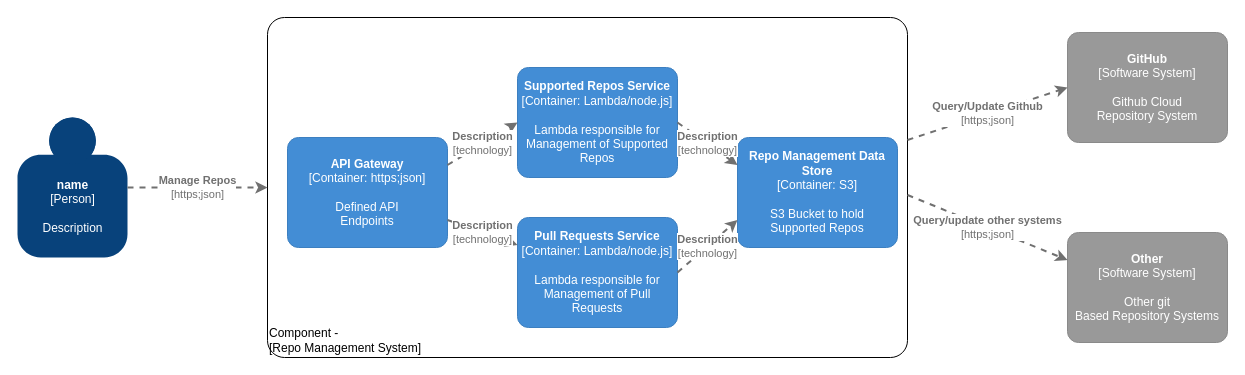
This is page "RepoMgt - Container" (2 of 3) of design/RepoMgmtDesign.drawio from patrick-chesser-dev/repositorymanagement, a draw.io file, before an edit. Source tidied: cells renumbered, new cells numbered last; positions are measured from the earlier drawing's top-left corner, leaving out a move shared by most shapes. Both pictures are drawn from the tidied source at 100%, with x=0, y=0 at pixel (17, 17).
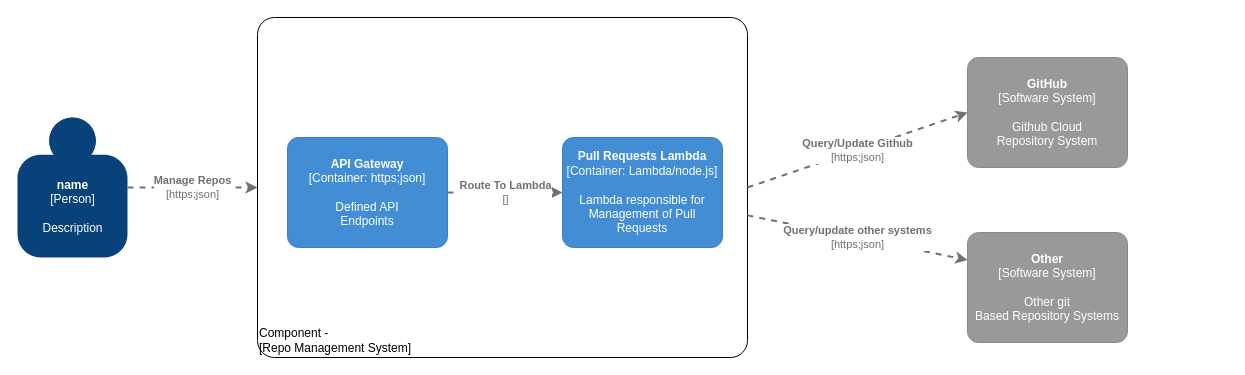
The same diagram, later.

Unchanged cells that the change refers to:
```xml
<object id="4" label="&lt;b&gt;%c4Name%&lt;/b&gt;&lt;div&gt;[%c4Type%: %c4Technology%]&lt;/div&gt;&lt;br&gt;&lt;div&gt;%c4Description%&lt;/div&gt;" c4Description="Defined API&#10;Endpoints" c4Name="API Gateway" c4Technology="https;json" c4Type="Container" placeholders="1">
  <mxCell style="rounded=1;whiteSpace=wrap;html=1;labelBackgroundColor=none;fillColor=#438DD5;fontColor=#ffffff;align=center;arcSize=10;strokeColor=#3C7FC0;metaData={&quot;c4Type&quot;:{&quot;editable&quot;:false}};points=[[0.25,0,0],[0.5,0,0],[0.75,0,0],[1,0.25,0],[1,0.5,0],[1,0.75,0],[0.75,1,0],[0.5,1,0],[0.25,1,0],[0,0.75,0],[0,0.5,0],[0,0.25,0]];" parent="1" vertex="1">
    <mxGeometry x="270" y="120" width="160" height="110" as="geometry" />
  </mxCell>
</object>
```

Diff of the diagram source:
```diff
@@
     <object id="2" label="&lt;div style=&quot;text-align: left&quot;&gt;%c4Name%&lt;/div&gt;&lt;div style=&quot;text-align: left&quot;&gt;[%c4Application%]&lt;/div&gt;" c4Application="Repo Management System" c4Name="Component -" placeholders="1">
       <mxCell style="rounded=1;whiteSpace=wrap;html=1;labelBackgroundColor=none;fillColor=#ffffff;fontColor=#000000;align=left;arcSize=5;strokeColor=#000000;verticalAlign=bottom;metaData={&quot;c4Type&quot;:{&quot;editable&quot;:false}};points=[[0.25,0,0],[0.5,0,0],[0.75,0,0],[1,0.25,0],[1,0.5,0],[1,0.75,0],[0.75,1,0],[0.5,1,0],[0.25,1,0],[0,0.75,0],[0,0.5,0],[0,0.25,0]];" parent="1" vertex="1">
-        <mxGeometry x="250" width="640" height="340" as="geometry" />
+        <mxGeometry x="240" width="490" height="340" as="geometry" />
       </mxCell>
     </object>
@@
-    <object id="5" label="&lt;b&gt;%c4Name%&lt;/b&gt;&lt;div&gt;[%c4Type%: %c4Technology%]&lt;/div&gt;&lt;br&gt;&lt;div&gt;%c4Description%&lt;/div&gt;" c4Description="Lambda responsible for&#10;Management of Supported Repos" c4Name="Supported Repos Service" c4Technology="Lambda/node.js" c4Type="Container" placeholders="1">
-      <mxCell style="rounded=1;whiteSpace=wrap;html=1;labelBackgroundColor=none;fillColor=#438DD5;fontColor=#ffffff;align=center;arcSize=10;strokeColor=#3C7FC0;metaData={&quot;c4Type&quot;:{&quot;editable&quot;:false}};points=[[0.25,0,0],[0.5,0,0],[0.75,0,0],[1,0.25,0],[1,0.5,0],[1,0.75,0],[0.75,1,0],[0.5,1,0],[0.25,1,0],[0,0.75,0],[0,0.5,0],[0,0.25,0]];" parent="1" vertex="1">
-        <mxGeometry x="500" y="50" width="160" height="110" as="geometry" />
-      </mxCell>
-    </object>
-    <object id="6" label="&lt;b&gt;%c4Name%&lt;/b&gt;&lt;div&gt;[%c4Type%: %c4Technology%]&lt;/div&gt;&lt;br&gt;&lt;div&gt;%c4Description%&lt;/div&gt;" c4Description="Lambda responsible for&#10;Management of Pull Requests" c4Name="Pull Requests Service" c4Technology="Lambda/node.js" c4Type="Container" placeholders="1">
+    <object id="6" label="&lt;b&gt;%c4Name%&lt;/b&gt;&lt;div&gt;[%c4Type%: %c4Technology%]&lt;/div&gt;&lt;br&gt;&lt;div&gt;%c4Description%&lt;/div&gt;" c4Description="Lambda responsible for&#10;Management of Pull Requests" c4Name="Pull Requests Lambda" c4Technology="Lambda/node.js" c4Type="Container" placeholders="1">
       <mxCell style="rounded=1;whiteSpace=wrap;html=1;labelBackgroundColor=none;fillColor=#438DD5;fontColor=#ffffff;align=center;arcSize=10;strokeColor=#3C7FC0;metaData={&quot;c4Type&quot;:{&quot;editable&quot;:false}};points=[[0.25,0,0],[0.5,0,0],[0.75,0,0],[1,0.25,0],[1,0.5,0],[1,0.75,0],[0.75,1,0],[0.5,1,0],[0.25,1,0],[0,0.75,0],[0,0.5,0],[0,0.25,0]];" parent="1" vertex="1">
-        <mxGeometry x="500" y="200" width="160" height="110" as="geometry" />
+        <mxGeometry x="545" y="120" width="160" height="110" as="geometry" />
       </mxCell>
     </object>
-    <object id="7" label="&lt;b&gt;%c4Name%&lt;/b&gt;&lt;div&gt;[%c4Type%: %c4Technology%]&lt;/div&gt;&lt;br&gt;&lt;div&gt;%c4Description%&lt;/div&gt;" c4Description="S3 Bucket to hold&#10;Supported Repos" c4Name="Repo Management Data Store" c4Technology="S3" c4Type="Container" placeholders="1">
-      <mxCell style="rounded=1;whiteSpace=wrap;html=1;labelBackgroundColor=none;fillColor=#438DD5;fontColor=#ffffff;align=center;arcSize=10;strokeColor=#3C7FC0;metaData={&quot;c4Type&quot;:{&quot;editable&quot;:false}};points=[[0.25,0,0],[0.5,0,0],[0.75,0,0],[1,0.25,0],[1,0.5,0],[1,0.75,0],[0.75,1,0],[0.5,1,0],[0.25,1,0],[0,0.75,0],[0,0.5,0],[0,0.25,0]];" parent="1" vertex="1">
-        <mxGeometry x="720" y="120" width="160" height="110" as="geometry" />
-      </mxCell>
-    </object>
@@
-    <object id="9" label="&lt;div style=&quot;text-align: left&quot;&gt;&lt;div style=&quot;text-align: center&quot;&gt;&lt;b&gt;%c4Description%&lt;/b&gt;&lt;/div&gt;&lt;div style=&quot;text-align: center&quot;&gt;[%c4Technology%]&lt;/div&gt;&lt;/div&gt;" c4Description="Description" c4Technology="technology" placeholders="1">
-      <mxCell style="edgeStyle=none;rounded=0;html=1;jettySize=auto;strokeColor=#707070;strokeWidth=2;fontColor=#707070;jumpStyle=none;dashed=1;metaData={&quot;c4Type&quot;:{&quot;editable&quot;:false}};exitX=1;exitY=0.25;exitDx=0;exitDy=0;exitPerimeter=0;entryX=0;entryY=0.5;entryDx=0;entryDy=0;entryPerimeter=0;" parent="1" edge="1" source="4" target="5">
-        <mxGeometry relative="1" as="geometry" />
-      </mxCell>
-    </object>
-    <object id="10" label="&lt;div style=&quot;text-align: left&quot;&gt;&lt;div style=&quot;text-align: center&quot;&gt;&lt;b&gt;%c4Description%&lt;/b&gt;&lt;/div&gt;&lt;div style=&quot;text-align: center&quot;&gt;[%c4Technology%]&lt;/div&gt;&lt;/div&gt;" c4Description="Description" c4Technology="technology" placeholders="1">
-      <mxCell style="edgeStyle=none;rounded=0;html=1;entryX=0;entryY=0.25;jettySize=auto;strokeColor=#707070;strokeWidth=2;fontColor=#707070;jumpStyle=none;dashed=1;metaData={&quot;c4Type&quot;:{&quot;editable&quot;:false}};exitX=1;exitY=0.75;exitDx=0;exitDy=0;exitPerimeter=0;entryDx=0;entryDy=0;entryPerimeter=0;" parent="1" edge="1" source="4" target="6">
+    <object id="10" label="&lt;div style=&quot;text-align: left&quot;&gt;&lt;div style=&quot;text-align: center&quot;&gt;&lt;b&gt;%c4Description%&lt;/b&gt;&lt;/div&gt;&lt;div style=&quot;text-align: center&quot;&gt;[%c4Technology%]&lt;/div&gt;&lt;/div&gt;" c4Description="Route To Lambda" c4Technology="" placeholders="1">
+      <mxCell style="edgeStyle=none;rounded=0;html=1;entryX=0;entryY=0.5;jettySize=auto;strokeColor=#707070;strokeWidth=2;fontColor=#707070;jumpStyle=none;dashed=1;metaData={&quot;c4Type&quot;:{&quot;editable&quot;:false}};exitX=1;exitY=0.5;exitDx=0;exitDy=0;exitPerimeter=0;entryDx=0;entryDy=0;entryPerimeter=0;" parent="1" edge="1" source="4" target="6">
         <mxGeometry relative="1" as="geometry" />
       </mxCell>
     </object>
-    <object id="11" label="&lt;div style=&quot;text-align: left&quot;&gt;&lt;div style=&quot;text-align: center&quot;&gt;&lt;b&gt;%c4Description%&lt;/b&gt;&lt;/div&gt;&lt;div style=&quot;text-align: center&quot;&gt;[%c4Technology%]&lt;/div&gt;&lt;/div&gt;" c4Description="Description" c4Technology="technology" placeholders="1">
-      <mxCell style="edgeStyle=none;rounded=0;html=1;entryX=0;entryY=0.75;jettySize=auto;strokeColor=#707070;strokeWidth=2;fontColor=#707070;jumpStyle=none;dashed=1;metaData={&quot;c4Type&quot;:{&quot;editable&quot;:false}};exitX=1;exitY=0.5;exitDx=0;exitDy=0;exitPerimeter=0;entryDx=0;entryDy=0;entryPerimeter=0;" parent="1" edge="1" source="6" target="7">
-        <mxGeometry relative="1" as="geometry" />
-      </mxCell>
-    </object>
-    <object id="12" label="&lt;div style=&quot;text-align: left&quot;&gt;&lt;div style=&quot;text-align: center&quot;&gt;&lt;b&gt;%c4Description%&lt;/b&gt;&lt;/div&gt;&lt;div style=&quot;text-align: center&quot;&gt;[%c4Technology%]&lt;/div&gt;&lt;/div&gt;" c4Description="Description" c4Technology="technology" placeholders="1">
-      <mxCell style="edgeStyle=none;rounded=0;html=1;entryX=0;entryY=0.25;jettySize=auto;strokeColor=#707070;strokeWidth=2;fontColor=#707070;jumpStyle=none;dashed=1;metaData={&quot;c4Type&quot;:{&quot;editable&quot;:false}};exitX=1;exitY=0.5;exitDx=0;exitDy=0;exitPerimeter=0;entryDx=0;entryDy=0;entryPerimeter=0;" parent="1" edge="1" source="5" target="7">
-        <mxGeometry relative="1" as="geometry" />
-      </mxCell>
-    </object>
     <object id="13" label="&lt;b&gt;%c4Name%&lt;/b&gt;&lt;div&gt;[%c4Type%]&lt;/div&gt;&lt;br&gt;&lt;div&gt;%c4Description%&lt;/div&gt;" c4Description="Github Cloud&#10;Repository System" c4Name="GitHub" c4Type="Software System" placeholders="1">
       <mxCell style="rounded=1;whiteSpace=wrap;html=1;labelBackgroundColor=none;fillColor=#999999;fontColor=#ffffff;align=center;arcSize=10;strokeColor=#8A8A8A;metaData={&quot;c4Type&quot;:{&quot;editable&quot;:false}};points=[[0.25,0,0],[0.5,0,0],[0.75,0,0],[1,0.25,0],[1,0.5,0],[1,0.75,0],[0.75,1,0],[0.5,1,0],[0.25,1,0],[0,0.75,0],[0,0.5,0],[0,0.25,0]];" parent="1" vertex="1">
-        <mxGeometry x="1050" y="15" width="160" height="110" as="geometry" />
+        <mxGeometry x="950" y="40" width="160" height="110" as="geometry" />
       </mxCell>
     </object>
     <object id="14" label="&lt;b&gt;%c4Name%&lt;/b&gt;&lt;div&gt;[%c4Type%]&lt;/div&gt;&lt;br&gt;&lt;div&gt;%c4Description%&lt;/div&gt;" c4Description="Other git&#10;Based Repository Systems" c4Name="Other " c4Type="Software System" placeholders="1">
       <mxCell style="rounded=1;whiteSpace=wrap;html=1;labelBackgroundColor=none;fillColor=#999999;fontColor=#ffffff;align=center;arcSize=10;strokeColor=#8A8A8A;metaData={&quot;c4Type&quot;:{&quot;editable&quot;:false}};points=[[0.25,0,0],[0.5,0,0],[0.75,0,0],[1,0.25,0],[1,0.5,0],[1,0.75,0],[0.75,1,0],[0.5,1,0],[0.25,1,0],[0,0.75,0],[0,0.5,0],[0,0.25,0]];" parent="1" vertex="1">
-        <mxGeometry x="1050" y="215" width="160" height="110" as="geometry" />
+        <mxGeometry x="950" y="215" width="160" height="110" as="geometry" />
       </mxCell>
     </object>
     <object id="15" label="&lt;div style=&quot;text-align: left&quot;&gt;&lt;div style=&quot;text-align: center&quot;&gt;&lt;b&gt;%c4Description%&lt;/b&gt;&lt;/div&gt;&lt;div style=&quot;text-align: center&quot;&gt;[%c4Technology%]&lt;/div&gt;&lt;/div&gt;" c4Description="Query/Update Github" c4Technology="https;json" placeholders="1">
-      <mxCell style="edgeStyle=none;rounded=0;html=1;entryX=0;entryY=0.5;jettySize=auto;strokeColor=#707070;strokeWidth=2;fontColor=#707070;jumpStyle=none;dashed=1;metaData={&quot;c4Type&quot;:{&quot;editable&quot;:false}};exitX=1;exitY=0.25;exitDx=0;exitDy=0;exitPerimeter=0;entryDx=0;entryDy=0;entryPerimeter=0;" parent="1" edge="1" target="13">
-        <mxGeometry relative="1" as="geometry">
-          <mxPoint x="890" y="122.5" as="sourcePoint" />
-        </mxGeometry>
+      <mxCell style="edgeStyle=none;rounded=0;html=1;entryX=0;entryY=0.5;jettySize=auto;strokeColor=#707070;strokeWidth=2;fontColor=#707070;jumpStyle=none;dashed=1;metaData={&quot;c4Type&quot;:{&quot;editable&quot;:false}};exitX=1;exitY=0.5;exitDx=0;exitDy=0;exitPerimeter=0;entryDx=0;entryDy=0;entryPerimeter=0;" parent="1" edge="1" source="2" target="13">
+        <mxGeometry relative="1" as="geometry" />
       </mxCell>
     </object>
     <object id="16" label="&lt;div style=&quot;text-align: left&quot;&gt;&lt;div style=&quot;text-align: center&quot;&gt;&lt;b&gt;%c4Description%&lt;/b&gt;&lt;/div&gt;&lt;div style=&quot;text-align: center&quot;&gt;[%c4Technology%]&lt;/div&gt;&lt;/div&gt;" c4Description="Query/update other systems" c4Technology="https;json" placeholders="1">
-      <mxCell style="edgeStyle=none;rounded=0;html=1;entryX=0;entryY=0.25;jettySize=auto;strokeColor=#707070;strokeWidth=2;fontColor=#707070;jumpStyle=none;dashed=1;metaData={&quot;c4Type&quot;:{&quot;editable&quot;:false}};exitX=1;exitY=0.75;exitDx=0;exitDy=0;exitPerimeter=0;entryDx=0;entryDy=0;entryPerimeter=0;" parent="1" edge="1" target="14">
-        <mxGeometry relative="1" as="geometry">
-          <mxPoint x="890" y="177.5" as="sourcePoint" />
-        </mxGeometry>
+      <mxCell style="edgeStyle=none;rounded=0;html=1;entryX=0;entryY=0.25;jettySize=auto;strokeColor=#707070;strokeWidth=2;fontColor=#707070;jumpStyle=none;dashed=1;metaData={&quot;c4Type&quot;:{&quot;editable&quot;:false}};exitX=1;exitY=0.582;exitDx=0;exitDy=0;exitPerimeter=0;entryDx=0;entryDy=0;entryPerimeter=0;" parent="1" edge="1" source="2" target="14">
+        <mxGeometry relative="1" as="geometry" />
       </mxCell>
     </object>
```
